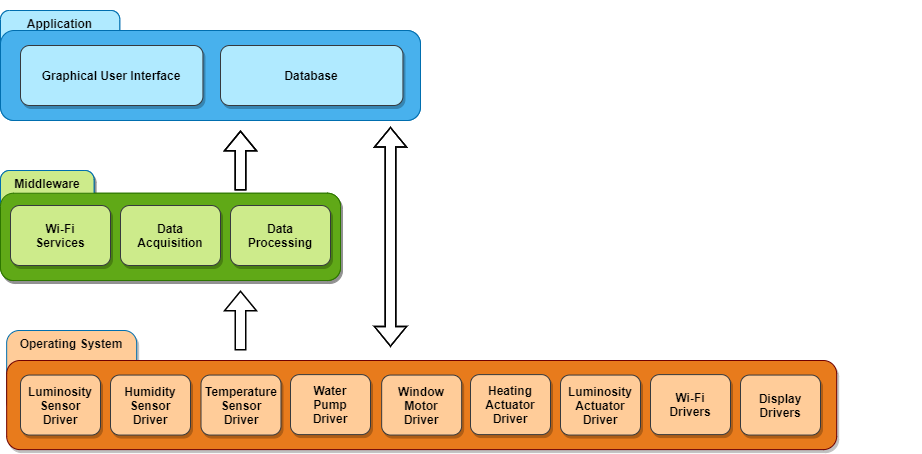
rafaelandrepedro/embebidos2122 keeps this draw.io diagram as Diagrams/Software Architeture v1.drawio.png. Above is the earlier version. Source tidied: cells renumbered, new cells last; positions are measured from the earlier drawing's top-left corner, leaving out a move shared by most shapes.
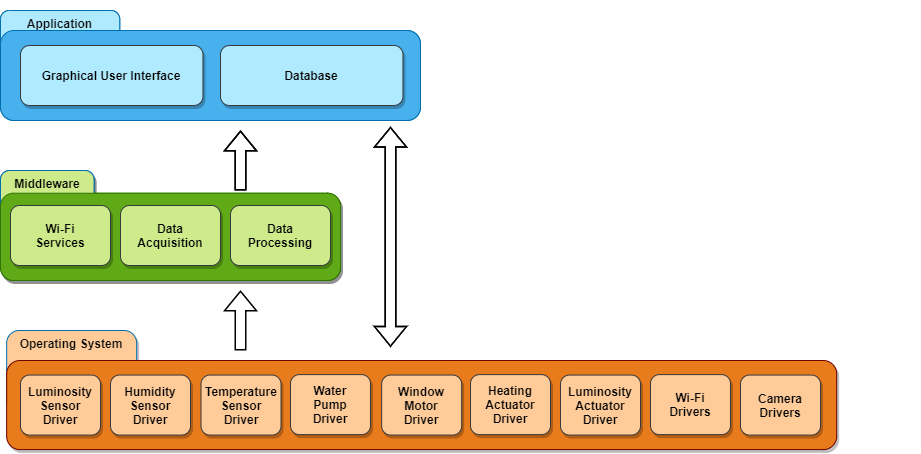
Later version of the same file.

The edit, as a diff of the source:
```diff
@@ -107,7 +107,7 @@
     <mxCell id="34" value="Wi-Fi&lt;br&gt;Drivers" style="rounded=1;whiteSpace=wrap;html=1;align=center;verticalAlign=middle;fillColor=#FFCC99;strokeColor=#36393d;fontColor=default;shadow=1;fontStyle=1;" parent="24" vertex="1">
       <mxGeometry x="643.8" y="54.1" width="80" height="60" as="geometry" />
     </mxCell>
-    <mxCell id="35" value="Display&lt;br&gt;Drivers" style="rounded=1;whiteSpace=wrap;html=1;align=center;verticalAlign=middle;fillColor=#FFCC99;strokeColor=#36393d;fontColor=default;shadow=1;fontStyle=1;" parent="24" vertex="1">
+    <mxCell id="35" value="Camera&lt;br&gt;Drivers" style="rounded=1;whiteSpace=wrap;html=1;align=center;verticalAlign=middle;fillColor=#FFCC99;strokeColor=#36393d;fontColor=default;shadow=1;fontStyle=1;" parent="24" vertex="1">
       <mxGeometry x="733.8" y="54.6" width="80" height="60" as="geometry" />
     </mxCell>
     <mxCell id="36" style="shape=flexArrow;endArrow=classic;startArrow=none;html=1;rounded=0;labelBackgroundColor=default;fontColor=default;strokeColor=default;strokeWidth=1.5;startFill=0;" parent="23" edge="1">
```
